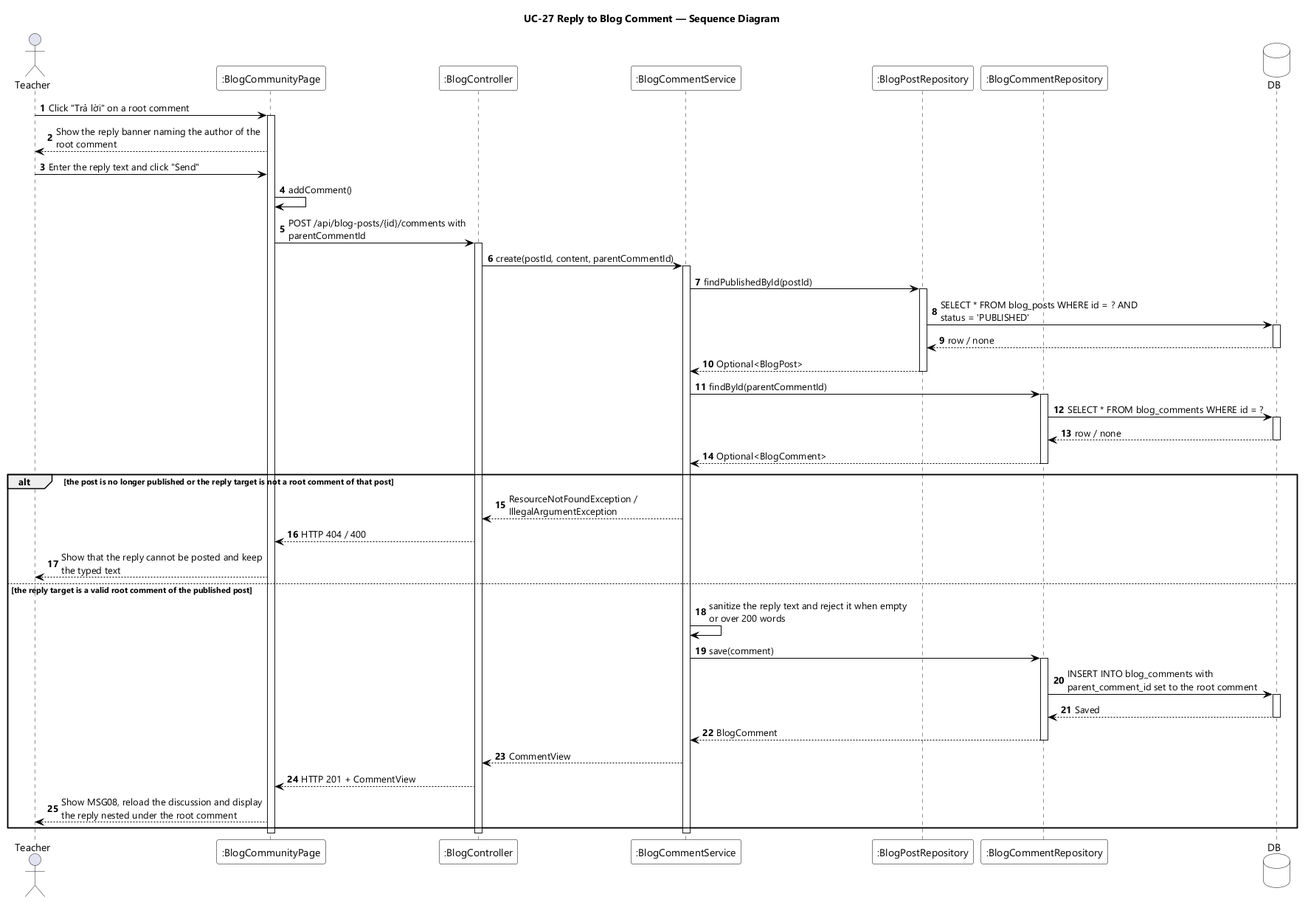
Before: designs/sds-diagrams/uc27/uc27-sequence-diagram.png, a diagram exported from PlantUML (EduA-system/EduA-system). Its diagram source:
```plantuml
@startuml UC-27 Reply to Blog Comment - Sequence Diagram
skinparamlocked dpi 96
skinparam defaultFontName "Segoe UI"
skinparam shadowing false
skinparam ParticipantBackgroundColor #FFFFFF
skinparam ParticipantBorderColor #000000
skinparam DatabaseBackgroundColor #FFFFFF
skinparam DatabaseBorderColor #000000
skinparam ArrowColor #000000
skinparam sequenceMessageAlign left
skinparam maxMessageSize 280
title UC-27 Reply to Blog Comment — Sequence Diagram

actor Teacher
participant ":BlogCommunityPage" as UI
participant ":BlogController" as CTL
participant ":BlogCommentService" as SVC
participant ":BlogPostRepository" as PREPO
participant ":BlogCommentRepository" as CREPO
database DB

autonumber
Teacher -> UI : Click "Trả lời" on a root comment
activate UI
UI --> Teacher : Show the reply banner naming the author of the root comment
Teacher -> UI : Enter the reply text and click "Send"
UI -> UI : addComment()
UI -> CTL : POST /api/blog-posts/{id}/comments with parentCommentId
activate CTL
CTL -> SVC : create(postId, content, parentCommentId)
activate SVC

SVC -> PREPO : findPublishedById(postId)
activate PREPO
PREPO -> DB : SELECT * FROM blog_posts WHERE id = ? AND status = 'PUBLISHED'
activate DB
DB --> PREPO : row / none
deactivate DB
PREPO --> SVC : Optional<BlogPost>
deactivate PREPO

SVC -> CREPO : findById(parentCommentId)
activate CREPO
CREPO -> DB : SELECT * FROM blog_comments WHERE id = ?
activate DB
DB --> CREPO : row / none
deactivate DB
CREPO --> SVC : Optional<BlogComment>
deactivate CREPO

alt the post is no longer published or the reply target is not a root comment of that post
  SVC --> CTL : ResourceNotFoundException / IllegalArgumentException
  CTL --> UI : HTTP 404 / 400
  UI --> Teacher : Show that the reply cannot be posted and keep the typed text

else the reply target is a valid root comment of the published post
  SVC -> SVC : sanitize the reply text and reject it when empty or over 200 words
  SVC -> CREPO : save(comment)
  activate CREPO
  CREPO -> DB : INSERT INTO blog_comments with parent_comment_id set to the root comment
  activate DB
  DB --> CREPO : Saved
  deactivate DB
  CREPO --> SVC : BlogComment
  deactivate CREPO
  SVC --> CTL : CommentView
  CTL --> UI : HTTP 201 + CommentView
  UI --> Teacher : Show MSG08, reload the discussion and display the reply nested under the root comment
end

deactivate SVC
deactivate CTL
deactivate UI
@enduml
```
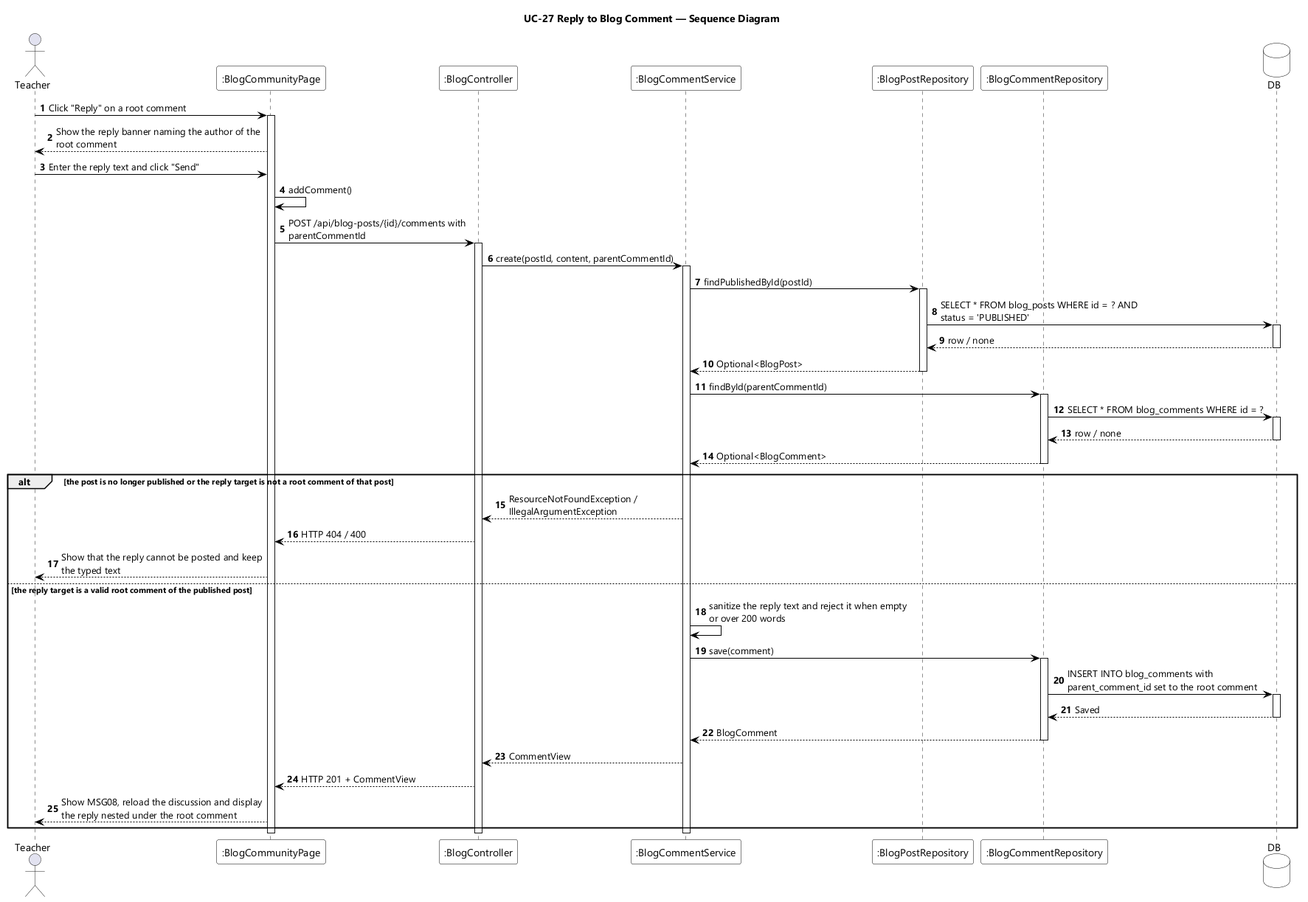
Above is the later version.

Change to the diagram source:
```diff
@@ -20,7 +20,7 @@
 database DB
 
 autonumber
-Teacher -> UI : Click "Trả lời" on a root comment
+Teacher -> UI : Click "Reply" on a root comment
 activate UI
 UI --> Teacher : Show the reply banner naming the author of the root comment
 Teacher -> UI : Enter the reply text and click "Send"
```
